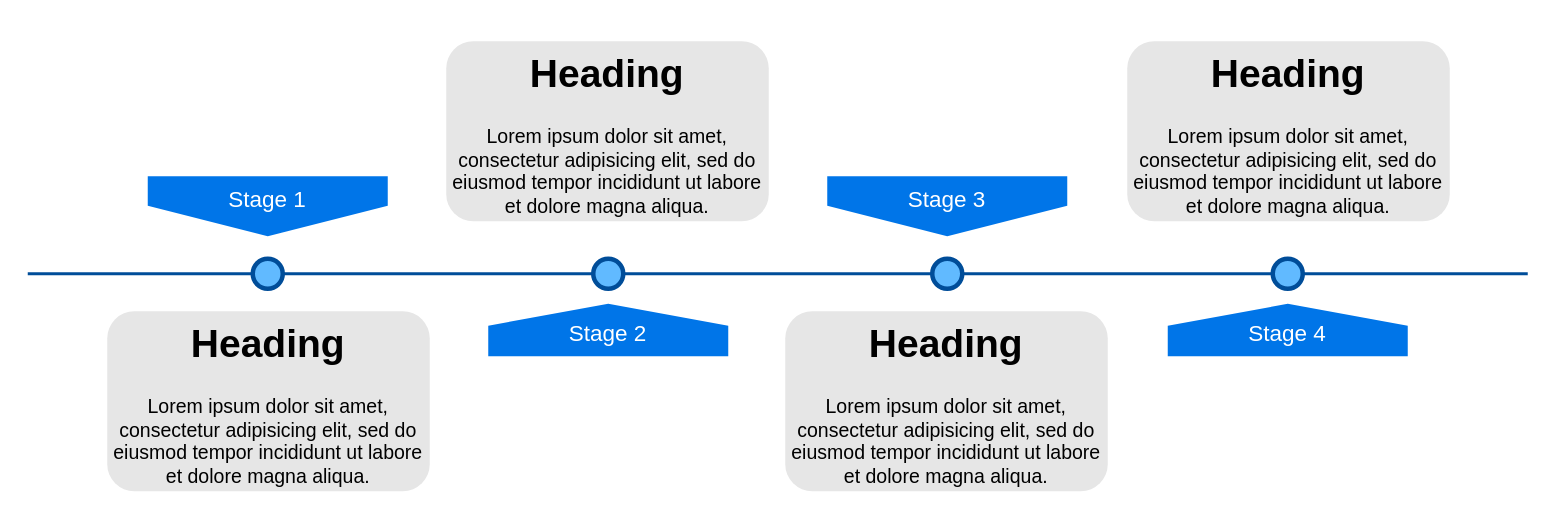
The draw.io diagram Diagramme sans nom.drawio in mehdic/DrawIO, before the edit. Source tidied: cells renumbered, new cells numbered last; positions are measured from the earlier drawing's top-left corner, leaving out a move shared by most shapes. Both pictures are drawn from the tidied source at 150%, with x=0, y=0 at pixel (27, 40).
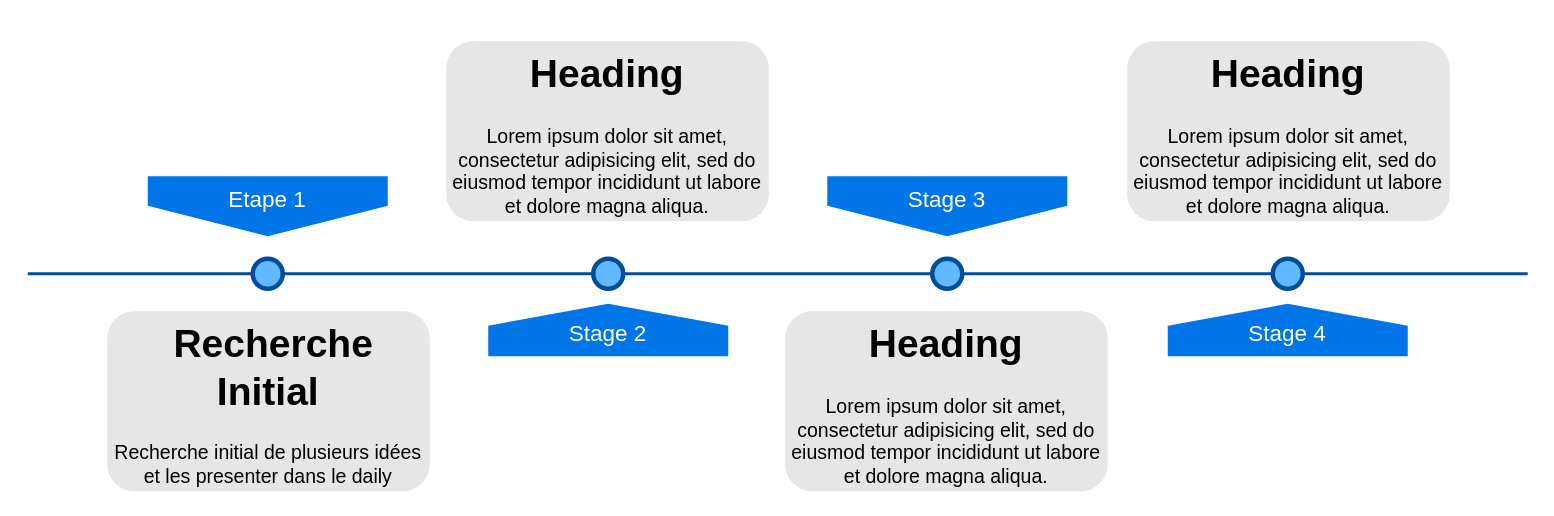
The same diagram, later.

The edit, as a diff of the source:
```diff
@@
 <mxGraphModel>
   <root>
     <mxCell id="0" />
     <mxCell id="1" parent="0" />
     <mxCell id="2" style="line;strokeWidth=2;html=1;fillColor=none;fontSize=28;fontColor=#004D99;strokeColor=#004D99;" parent="1" vertex="1">
       <mxGeometry y="150" width="1000" height="10" as="geometry" />
     </mxCell>
-    <mxCell id="3" value="Stage 1" style="shape=offPageConnector;whiteSpace=wrap;html=1;fillColor=#0075E8;fontSize=15;fontColor=#FFFFFF;size=0.5093750000000015;verticalAlign=top;strokeColor=none;" parent="1" vertex="1">
+    <mxCell id="3" value="Etape 1" style="shape=offPageConnector;whiteSpace=wrap;html=1;fillColor=#0075E8;fontSize=15;fontColor=#FFFFFF;size=0.5093750000000015;verticalAlign=top;strokeColor=none;" parent="1" vertex="1">
       <mxGeometry x="80" y="90" width="160" height="40" as="geometry" />
     </mxCell>
     <mxCell id="4" value="&lt;span&gt;Stage 3&lt;/span&gt;" style="shape=offPageConnector;whiteSpace=wrap;html=1;fillColor=#0075E8;fontSize=15;fontColor=#FFFFFF;size=0.5093750000000015;verticalAlign=top;strokeColor=none;" parent="1" vertex="1">
       <mxGeometry x="533" y="90" width="160" height="40" as="geometry" />
     </mxCell>
     <mxCell id="5" value="&lt;span&gt;Stage 2&lt;/span&gt;" style="shape=offPageConnector;whiteSpace=wrap;html=1;fillColor=#0075E8;fontSize=15;fontColor=#FFFFFF;size=0.4178571428571445;flipV=1;verticalAlign=bottom;strokeColor=none;spacingBottom=4;" parent="1" vertex="1">
       <mxGeometry x="307" y="175" width="160" height="35" as="geometry" />
     </mxCell>
     <mxCell id="6" value="&lt;span&gt;Stage 4&lt;/span&gt;" style="shape=offPageConnector;whiteSpace=wrap;html=1;fillColor=#0075E8;fontSize=15;fontColor=#FFFFFF;size=0.4178571428571445;flipV=1;verticalAlign=bottom;strokeColor=none;spacingBottom=4;" parent="1" vertex="1">
       <mxGeometry x="760" y="175" width="160" height="35" as="geometry" />
     </mxCell>
     <mxCell id="7" style="ellipse;whiteSpace=wrap;html=1;fillColor=#61BAFF;fontSize=28;fontColor=#004D99;strokeWidth=3;strokeColor=#004D99;" parent="1" vertex="1">
       <mxGeometry x="150" y="145" width="20" height="20" as="geometry" />
     </mxCell>
     <mxCell id="8" style="ellipse;whiteSpace=wrap;html=1;fillColor=#61BAFF;fontSize=28;fontColor=#004D99;strokeWidth=3;strokeColor=#004D99;" parent="1" vertex="1">
       <mxGeometry x="377" y="145" width="20" height="20" as="geometry" />
     </mxCell>
     <mxCell id="9" style="ellipse;whiteSpace=wrap;html=1;fillColor=#61BAFF;fontSize=28;fontColor=#004D99;strokeWidth=3;strokeColor=#004D99;" parent="1" vertex="1">
       <mxGeometry x="603" y="145" width="20" height="20" as="geometry" />
     </mxCell>
     <mxCell id="10" style="ellipse;whiteSpace=wrap;html=1;fillColor=#61BAFF;fontSize=28;fontColor=#004D99;strokeWidth=3;strokeColor=#004D99;" parent="1" vertex="1">
       <mxGeometry x="830" y="145" width="20" height="20" as="geometry" />
     </mxCell>
-    <mxCell id="11" value="&lt;h1&gt;Heading&lt;/h1&gt;&lt;p&gt;Lorem ipsum dolor sit amet, consectetur adipisicing elit, sed do eiusmod tempor incididunt ut labore et dolore magna aliqua.&lt;/p&gt;" style="text;html=1;spacing=5;spacingTop=-20;whiteSpace=wrap;overflow=hidden;strokeColor=none;strokeWidth=3;fillColor=#E6E6E6;fontSize=13;fontColor=#000000;align=center;rounded=1;" parent="1" vertex="1">
+    <mxCell id="11" value="&lt;h1&gt;&amp;nbsp;Recherche Initial&lt;/h1&gt;&lt;p&gt;Recherche initial de plusieurs idées et les presenter dans le daily&lt;/p&gt;" style="text;html=1;spacing=5;spacingTop=-20;whiteSpace=wrap;overflow=hidden;strokeColor=none;strokeWidth=3;fillColor=#E6E6E6;fontSize=13;fontColor=#000000;align=center;rounded=1;" parent="1" vertex="1">
       <mxGeometry x="53" y="180" width="215" height="120" as="geometry" />
     </mxCell>
     <mxCell id="12" value="&lt;h1&gt;Heading&lt;/h1&gt;&lt;p&gt;Lorem ipsum dolor sit amet, consectetur adipisicing elit, sed do eiusmod tempor incididunt ut labore et dolore magna aliqua.&lt;/p&gt;" style="text;html=1;spacing=5;spacingTop=-20;whiteSpace=wrap;overflow=hidden;strokeColor=none;strokeWidth=3;fillColor=#E6E6E6;fontSize=13;fontColor=#000000;align=center;rounded=1;" parent="1" vertex="1">
       <mxGeometry x="279" width="215" height="120" as="geometry" />
     </mxCell>
     <mxCell id="13" value="&lt;h1&gt;Heading&lt;/h1&gt;&lt;p&gt;Lorem ipsum dolor sit amet, consectetur adipisicing elit, sed do eiusmod tempor incididunt ut labore et dolore magna aliqua.&lt;/p&gt;" style="text;html=1;spacing=5;spacingTop=-20;whiteSpace=wrap;overflow=hidden;strokeColor=none;strokeWidth=3;fillColor=#E6E6E6;fontSize=13;fontColor=#000000;align=center;rounded=1;" parent="1" vertex="1">
       <mxGeometry x="505" y="180" width="215" height="120" as="geometry" />
     </mxCell>
     <mxCell id="14" value="&lt;h1&gt;Heading&lt;/h1&gt;&lt;p&gt;Lorem ipsum dolor sit amet, consectetur adipisicing elit, sed do eiusmod tempor incididunt ut labore et dolore magna aliqua.&lt;/p&gt;" style="text;html=1;spacing=5;spacingTop=-20;whiteSpace=wrap;overflow=hidden;strokeColor=none;strokeWidth=3;fillColor=#E6E6E6;fontSize=13;fontColor=#000000;align=center;rounded=1;" parent="1" vertex="1">
       <mxGeometry x="733" width="215" height="120" as="geometry" />
     </mxCell>
   </root>
 </mxGraphModel>
```
